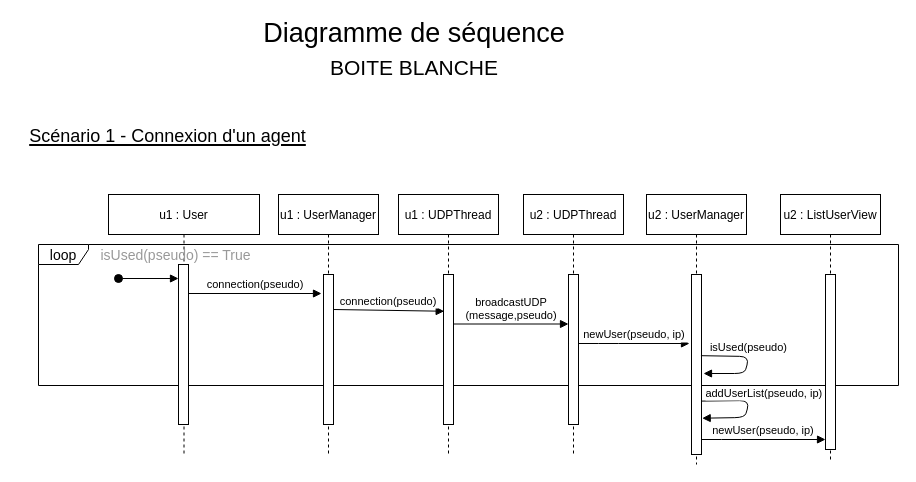
Above: Sequence Diagram/Boite blanche/Scénario 1 - Connexion Agent/Scenario_1_Connexion_Agent_WHITE_BOX.drawio in StefRCH/depot-projet-UML (draw.io), before the change. Source tidied: cells renumbered, new cells numbered last; positions are measured from the earlier drawing's top-left corner, leaving out a move shared by most shapes. Both pictures are drawn from the tidied source at 100%, with x=0, y=0 at pixel (17, 34).
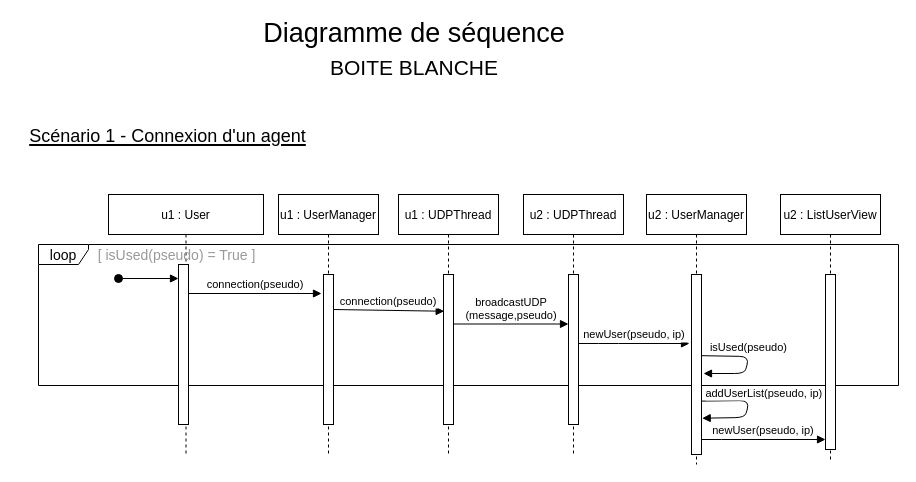
The same diagram, later.

What changed in the source:
```diff
@@
     <mxCell id="3" value="u1 : User" style="shape=umlLifeline;perimeter=lifelinePerimeter;rounded=0;shadow=0;strokeWidth=1;" parent="1" vertex="1">
-      <mxGeometry x="91" y="160" width="151" height="260" as="geometry" />
+      <mxGeometry x="91" y="160" width="155" height="260" as="geometry" />
     </mxCell>
@@
-    <mxCell id="6" value="&lt;font color=&quot;#999999&quot;&gt;isUsed(pseudo) == True&lt;/font&gt;" style="text;html=1;align=center;verticalAlign=middle;strokeColor=none;fillColor=none;fontSize=14;" parent="3" vertex="1">
-      <mxGeometry x="-17" y="46" width="168" height="29" as="geometry" />
+    <mxCell id="6" value="&lt;font color=&quot;#999999&quot;&gt;[ isUsed(pseudo) = True ]&lt;br&gt;&lt;/font&gt;" style="text;html=1;align=center;verticalAlign=middle;strokeColor=none;fillColor=none;fontSize=14;" parent="3" vertex="1">
+      <mxGeometry x="-20" y="46" width="175" height="29" as="geometry" />
     </mxCell>
```
